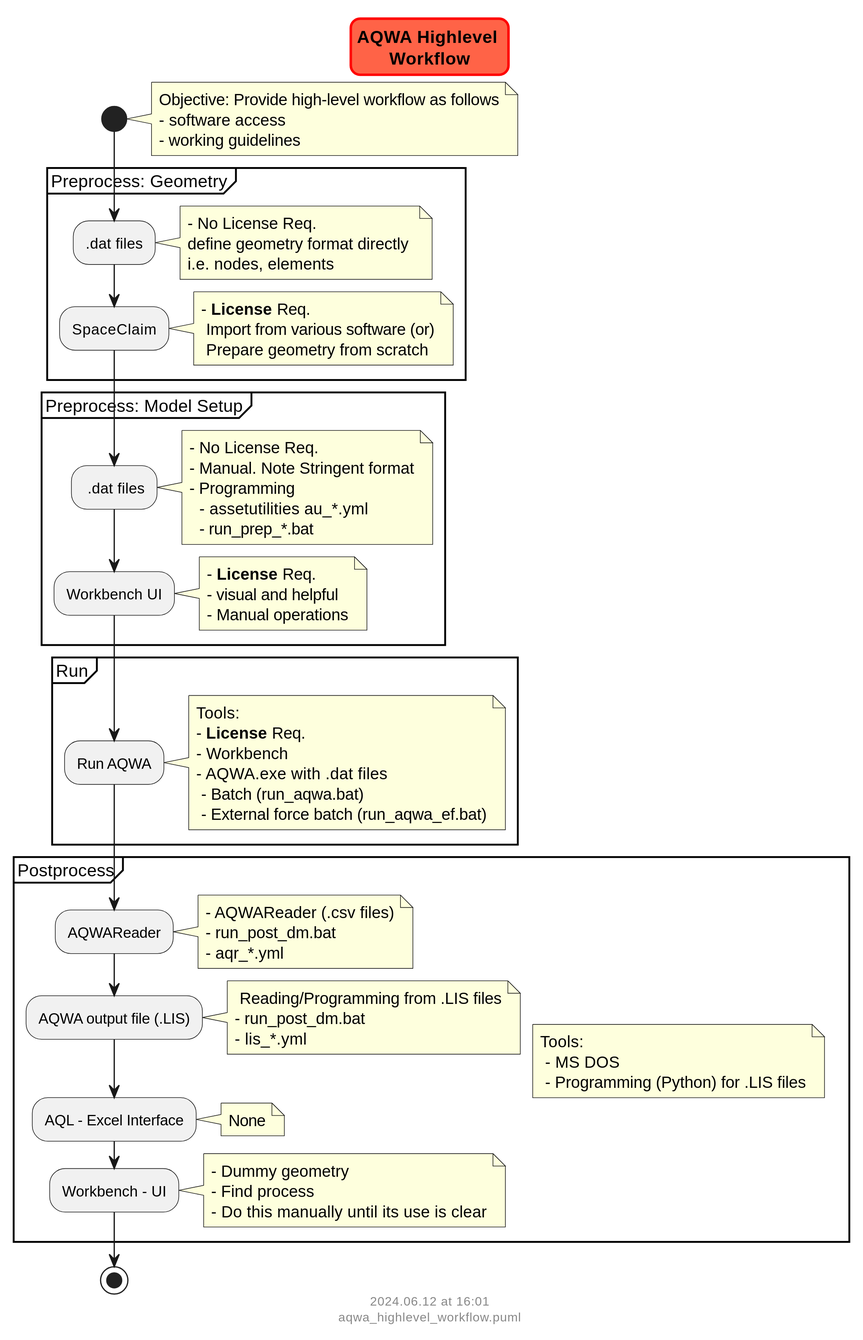
Before: docs/pkg_ansys/aqwa/flowcharts/aqwa_highlevel_workflow.svg, a diagram exported from PlantUML (vamseeachanta/digitalmodel).
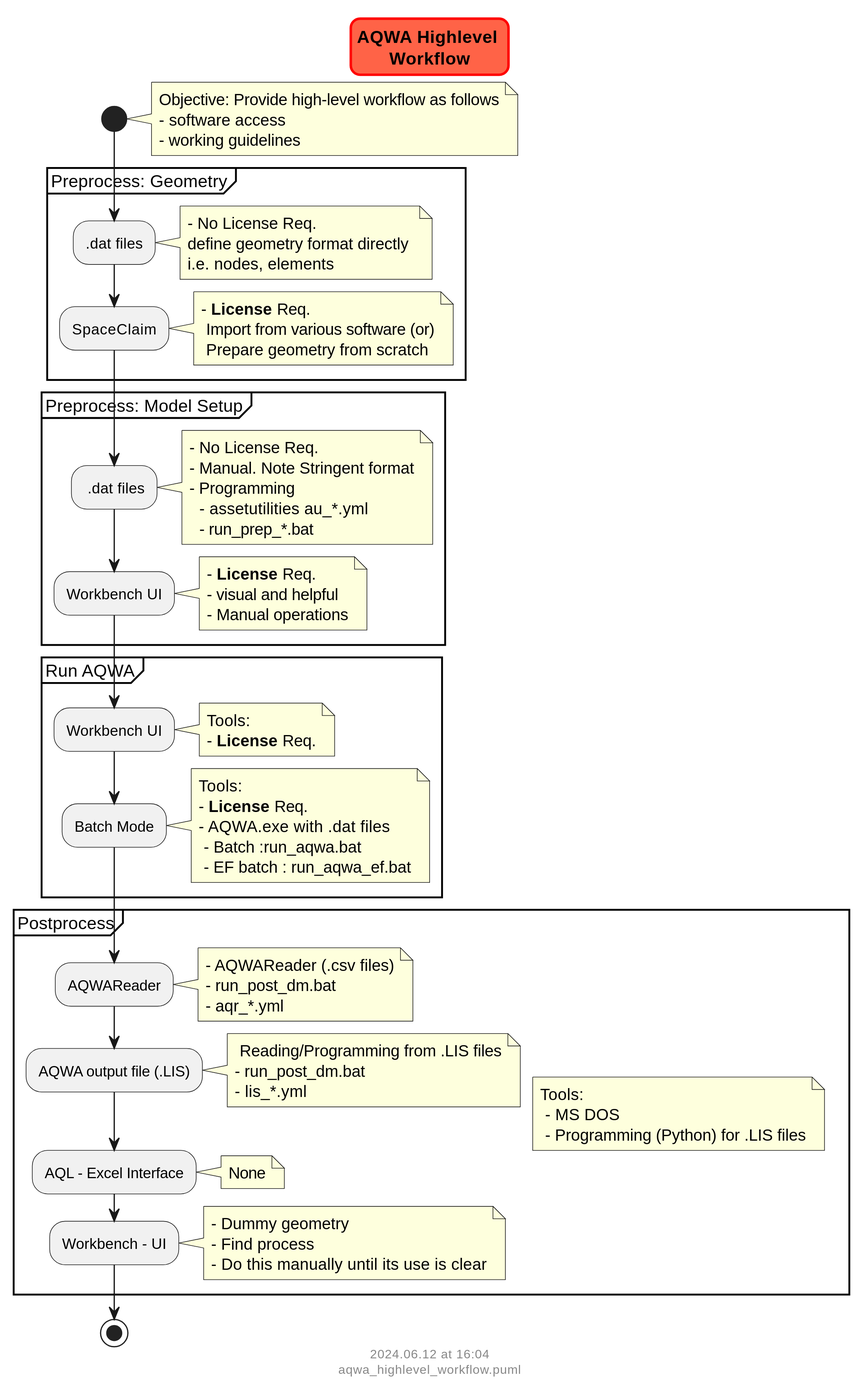
The same diagram one commit later.

What changed in the source:
```diff
@@ -53,17 +53,22 @@
 
     }
 
-    partition "Run" {
-        :Run AQWA;
-
+    partition "Run AQWA" {
+        :Workbench UI;
         note right
             Tools:
             - **License** Req.
-            - Workbench
+        end note
+
+        :Batch Mode;
+        note right
+            Tools:
+            - **License** Req.
             - AQWA.exe with .dat files
-             - Batch (run_aqwa.bat)
-             - External force batch (run_aqwa_ef.bat)
+             - Batch :run_aqwa.bat
+             - EF batch : run_aqwa_ef.bat
         end note
+
 
     }
 
```
